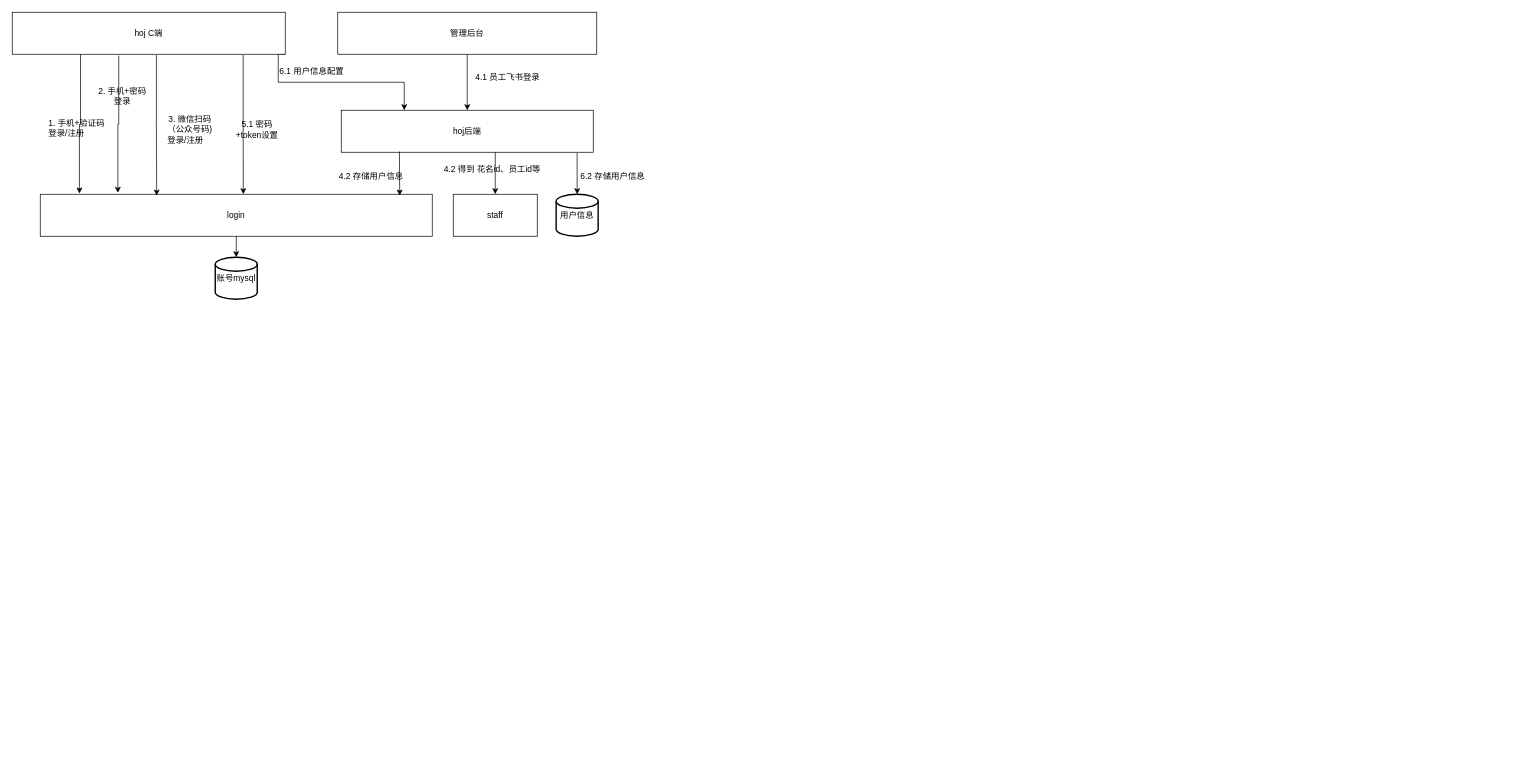
xiell2016/hetaoDesign keeps this draw.io diagram as hoj技术方案.drawio. Above is the earlier version. Source tidied: cells renumbered, new cells numbered last; positions are measured from the earlier drawing's top-left corner, leaving out a move shared by most shapes. Both pictures are drawn from the tidied source at 70%, with x=0, y=0 at pixel (12, 12).
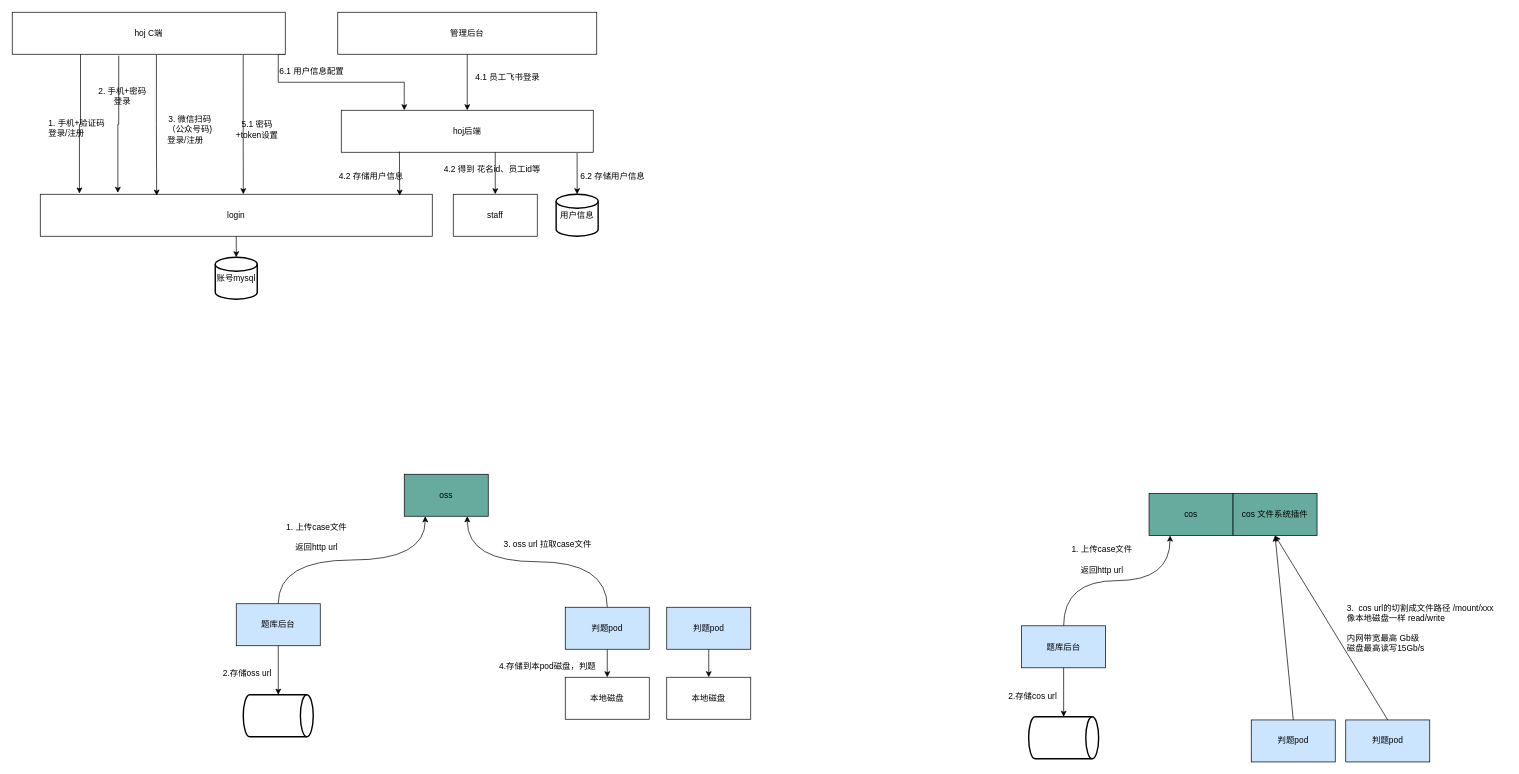
Above is the later version.

Commit message:
更新hoj技术方案.drawio

The edit, as a diff of the source:
```diff
@@
+    <mxCell id="28" value="oss" style="rounded=0;whiteSpace=wrap;html=1;fillColor=#67AB9F;" parent="1" vertex="1">
+      <mxGeometry x="560" y="660" width="120" height="60" as="geometry" />
+    </mxCell>
+    <mxCell id="29" style="edgeStyle=orthogonalEdgeStyle;rounded=0;jettySize=auto;html=1;" parent="1" edge="1" source="31" target="36">
+      <mxGeometry relative="1" as="geometry" />
+    </mxCell>
+    <mxCell id="30" style="edgeStyle=orthogonalEdgeStyle;rounded=0;jettySize=auto;html=1;exitX=0.5;exitY=0;exitDx=0;exitDy=0;entryX=0.75;entryY=1;entryDx=0;entryDy=0;curved=1;" parent="1" edge="1" source="31" target="28">
+      <mxGeometry relative="1" as="geometry" />
+    </mxCell>
+    <mxCell id="31" value="判题pod" style="rounded=0;whiteSpace=wrap;html=1;fillColor=#CCE5FF;" parent="1" vertex="1">
+      <mxGeometry x="790" y="850" width="120" height="60" as="geometry" />
+    </mxCell>
+    <mxCell id="32" style="edgeStyle=orthogonalEdgeStyle;rounded=0;jettySize=auto;html=1;exitX=0.5;exitY=0;exitDx=0;exitDy=0;entryX=0.25;entryY=1;entryDx=0;entryDy=0;curved=1;" parent="1" edge="1" source="33" target="28">
+      <mxGeometry relative="1" as="geometry" />
+    </mxCell>
+    <mxCell id="33" value="题库后台" style="rounded=0;whiteSpace=wrap;html=1;fillColor=#CCE5FF;" parent="1" vertex="1">
+      <mxGeometry x="320" y="845" width="120" height="60" as="geometry" />
+    </mxCell>
+    <mxCell id="34" style="edgeStyle=orthogonalEdgeStyle;rounded=0;jettySize=auto;html=1;" parent="1" edge="1" source="35" target="37">
+      <mxGeometry relative="1" as="geometry" />
+    </mxCell>
+    <mxCell id="35" value="判题pod" style="rounded=0;whiteSpace=wrap;html=1;fillColor=#CCE5FF;" parent="1" vertex="1">
+      <mxGeometry x="935" y="850" width="120" height="60" as="geometry" />
+    </mxCell>
+    <mxCell id="36" value="本地磁盘" style="rounded=0;whiteSpace=wrap;html=1;" parent="1" vertex="1">
+      <mxGeometry x="790" y="950" width="120" height="60" as="geometry" />
+    </mxCell>
+    <mxCell id="37" value="本地磁盘" style="rounded=0;whiteSpace=wrap;html=1;" parent="1" vertex="1">
+      <mxGeometry x="935" y="950" width="120" height="60" as="geometry" />
+    </mxCell>
+    <mxCell id="38" style="strokeWidth=2;html=1;shape=mxgraph.flowchart.direct_data;whiteSpace=wrap;" parent="1" vertex="1">
+      <mxGeometry x="330" y="975" width="100" height="60" as="geometry" />
+    </mxCell>
+    <mxCell id="39" style="rounded=0;jettySize=auto;html=1;exitX=0.5;exitY=1;exitDx=0;exitDy=0;entryX=0.5;entryY=0;entryDx=0;entryDy=0;entryPerimeter=0;" parent="1" edge="1" source="33" target="38">
+      <mxGeometry relative="1" as="geometry" />
+    </mxCell>
+    <mxCell id="40" value="1. 上传case文件&lt;div&gt;&lt;br&gt;&lt;div&gt;返回http url&lt;/div&gt;&lt;/div&gt;" style="text;html=1;align=center;verticalAlign=middle;whiteSpace=wrap;rounded=0;" parent="1" vertex="1">
+      <mxGeometry x="350" y="720" width="170" height="60" as="geometry" />
+    </mxCell>
+    <mxCell id="41" value="2.存储oss url" style="text;html=1;align=center;verticalAlign=middle;whiteSpace=wrap;rounded=0;" parent="1" vertex="1">
+      <mxGeometry x="296" y="930" width="80" height="30" as="geometry" />
+    </mxCell>
+    <mxCell id="42" value="3. oss url 拉取case文件" style="text;html=1;align=center;verticalAlign=middle;whiteSpace=wrap;rounded=0;" parent="1" vertex="1">
+      <mxGeometry x="680" y="730" width="170" height="60" as="geometry" />
+    </mxCell>
+    <mxCell id="43" value="4.存储到本pod磁盘，判题" style="text;html=1;align=center;verticalAlign=middle;whiteSpace=wrap;rounded=0;" parent="1" vertex="1">
+      <mxGeometry x="690" y="920" width="150" height="30" as="geometry" />
+    </mxCell>
+    <mxCell id="44" value="cos" style="rounded=0;whiteSpace=wrap;html=1;fillColor=#67AB9F;" parent="1" vertex="1">
+      <mxGeometry x="1624" y="687.5" width="120" height="60" as="geometry" />
+    </mxCell>
+    <mxCell id="45" style="edgeStyle=none;rounded=0;jettySize=auto;html=1;exitX=0.5;exitY=0;exitDx=0;exitDy=0;entryX=0.5;entryY=1;entryDx=0;entryDy=0;" parent="1" edge="1" source="46" target="56">
+      <mxGeometry relative="1" as="geometry" />
+    </mxCell>
+    <mxCell id="46" value="判题pod" style="rounded=0;whiteSpace=wrap;html=1;fillColor=#CCE5FF;" parent="1" vertex="1">
+      <mxGeometry x="1770" y="1011" width="120" height="60" as="geometry" />
+    </mxCell>
+    <mxCell id="47" style="edgeStyle=orthogonalEdgeStyle;rounded=0;jettySize=auto;html=1;exitX=0.5;exitY=0;exitDx=0;exitDy=0;entryX=0.25;entryY=1;entryDx=0;entryDy=0;curved=1;" parent="1" edge="1" source="48" target="44">
+      <mxGeometry relative="1" as="geometry" />
+    </mxCell>
+    <mxCell id="48" value="题库后台" style="rounded=0;whiteSpace=wrap;html=1;fillColor=#CCE5FF;" parent="1" vertex="1">
+      <mxGeometry x="1442" y="876.5" width="120" height="60" as="geometry" />
+    </mxCell>
+    <mxCell id="49" style="edgeStyle=none;rounded=0;jettySize=auto;html=1;exitX=0.5;exitY=0;exitDx=0;exitDy=0;entryX=0.5;entryY=1;entryDx=0;entryDy=0;" parent="1" edge="1" source="50" target="56">
+      <mxGeometry relative="1" as="geometry" />
+    </mxCell>
+    <mxCell id="50" value="判题pod" style="rounded=0;whiteSpace=wrap;html=1;fillColor=#CCE5FF;" parent="1" vertex="1">
+      <mxGeometry x="1905" y="1011" width="120" height="60" as="geometry" />
+    </mxCell>
+    <mxCell id="51" style="strokeWidth=2;html=1;shape=mxgraph.flowchart.direct_data;whiteSpace=wrap;" parent="1" vertex="1">
+      <mxGeometry x="1452" y="1006.5" width="100" height="60" as="geometry" />
+    </mxCell>
+    <mxCell id="52" style="rounded=0;jettySize=auto;html=1;exitX=0.5;exitY=1;exitDx=0;exitDy=0;entryX=0.5;entryY=0;entryDx=0;entryDy=0;entryPerimeter=0;" parent="1" edge="1" source="48" target="51">
+      <mxGeometry relative="1" as="geometry" />
+    </mxCell>
+    <mxCell id="53" value="1. 上传case文件&lt;div&gt;&lt;br&gt;&lt;div&gt;返回http url&lt;/div&gt;&lt;/div&gt;" style="text;html=1;align=center;verticalAlign=middle;whiteSpace=wrap;rounded=0;" parent="1" vertex="1">
+      <mxGeometry x="1472" y="751.5" width="170" height="60" as="geometry" />
+    </mxCell>
+    <mxCell id="54" value="2.存储cos url" style="text;html=1;align=center;verticalAlign=middle;whiteSpace=wrap;rounded=0;" parent="1" vertex="1">
+      <mxGeometry x="1418" y="961.5" width="80" height="30" as="geometry" />
+    </mxCell>
+    <mxCell id="55" value="3.&amp;nbsp; cos url的切割成文件路径 /mount/xxx&lt;div&gt;&lt;div&gt;像本地磁盘一样&amp;nbsp;&lt;span style=&quot;background-color: initial;&quot;&gt;read/write&lt;/span&gt;&lt;/div&gt;&lt;div&gt;&lt;span style=&quot;background-color: initial;&quot;&gt;&lt;br&gt;&lt;/span&gt;&lt;/div&gt;&lt;div&gt;&lt;span style=&quot;background-color: initial;&quot;&gt;内网带宽最高 Gb级&lt;/span&gt;&lt;/div&gt;&lt;div&gt;&lt;span style=&quot;background-color: initial;&quot;&gt;磁盘最高读写15Gb/s&lt;/span&gt;&lt;/div&gt;&lt;/div&gt;" style="text;html=1;align=left;verticalAlign=middle;whiteSpace=wrap;rounded=0;" parent="1" vertex="1">
+      <mxGeometry x="1905" y="850" width="230" height="60" as="geometry" />
+    </mxCell>
+    <mxCell id="56" value="cos 文件系统插件" style="rounded=0;whiteSpace=wrap;html=1;fillColor=#67AB9F;" parent="1" vertex="1">
+      <mxGeometry x="1744" y="687.5" width="120" height="60" as="geometry" />
+    </mxCell>
```
